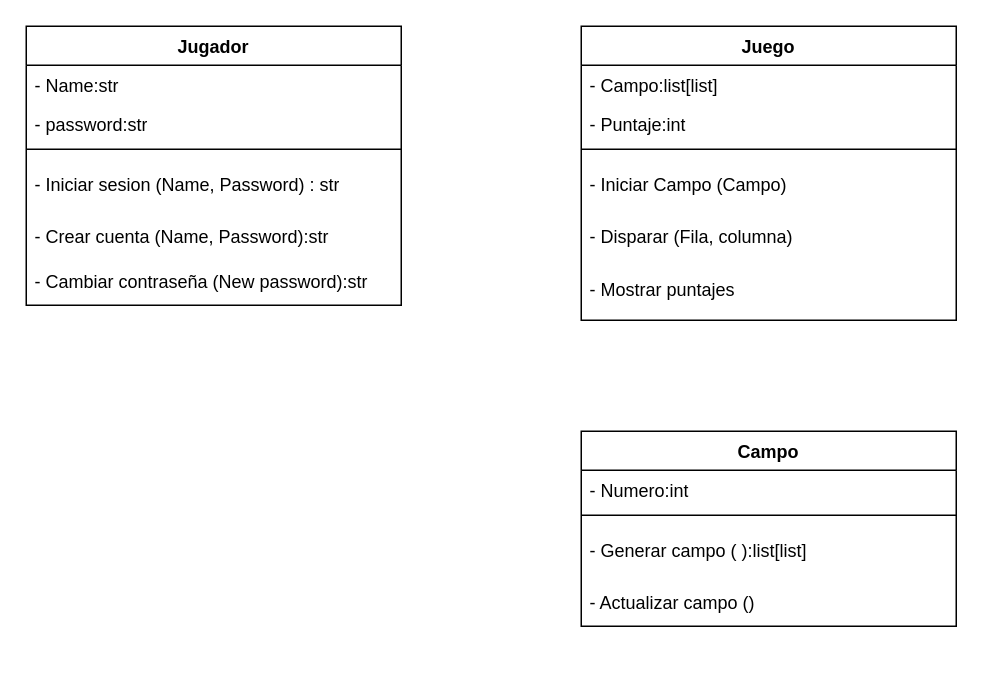
Above: docs/Diagrama de clases.drawio in Yhoider/Batalla-naval (draw.io), before the change. Source tidied: cells renumbered, new cells numbered last; positions are measured from the earlier drawing's top-left corner, leaving out a move shared by most shapes. Both pictures are drawn from the tidied source at 150%, with x=0, y=0 at pixel (26, 26).
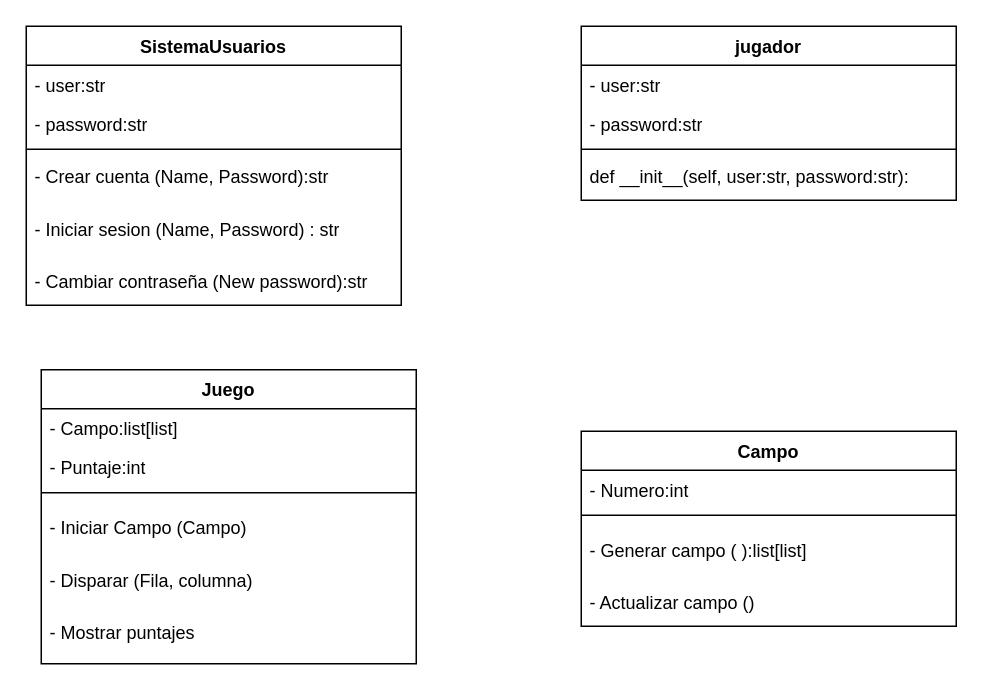
The same page after the edit.

The edit, as a diff of the source:
```diff
@@
-    <mxCell id="2" value="Jugador" style="swimlane;fontStyle=1;align=center;verticalAlign=top;horizontal=1;startSize=26;whiteSpace=wrap;html=1;" parent="1" vertex="1">
+    <mxCell id="2" value="SistemaUsuarios" style="swimlane;fontStyle=1;align=center;verticalAlign=top;horizontal=1;startSize=26;whiteSpace=wrap;html=1;" parent="1" vertex="1">
       <mxGeometry width="250" height="186" as="geometry" />
     </mxCell>
-    <mxCell id="3" value="- Name:str" style="text;strokeColor=none;fillColor=none;align=left;verticalAlign=top;spacingLeft=4;spacingRight=4;overflow=hidden;whiteSpace=wrap;html=1;" parent="2" vertex="1">
+    <mxCell id="3" value="- user:str" style="text;strokeColor=none;fillColor=none;align=left;verticalAlign=top;spacingLeft=4;spacingRight=4;overflow=hidden;whiteSpace=wrap;html=1;" parent="2" vertex="1">
       <mxGeometry y="26" width="250" height="26" as="geometry" />
     </mxCell>
@@
+    <mxCell id="7" value="- Crear cuenta (Name, Password):str" style="text;strokeColor=none;fillColor=none;align=left;verticalAlign=middle;spacingLeft=4;spacingRight=4;overflow=hidden;whiteSpace=wrap;html=1;" parent="2" vertex="1">
+      <mxGeometry y="86" width="250" height="30" as="geometry" />
+    </mxCell>
     <mxCell id="6" value="- Iniciar sesion (Name, Password) : str" style="text;strokeColor=none;fillColor=none;align=left;verticalAlign=middle;spacingLeft=4;spacingRight=4;overflow=hidden;whiteSpace=wrap;html=1;" parent="2" vertex="1">
-      <mxGeometry y="86" width="250" height="40" as="geometry" />
+      <mxGeometry y="116" width="250" height="40" as="geometry" />
     </mxCell>
-    <mxCell id="7" value="- Crear cuenta (Name, Password):str" style="text;strokeColor=none;fillColor=none;align=left;verticalAlign=middle;spacingLeft=4;spacingRight=4;overflow=hidden;whiteSpace=wrap;html=1;" parent="2" vertex="1">
-      <mxGeometry y="126" width="250" height="30" as="geometry" />
-    </mxCell>
@@
-    <mxCell id="14" value="Juego" style="swimlane;fontStyle=1;align=center;verticalAlign=top;horizontal=1;startSize=26;whiteSpace=wrap;html=1;" parent="1" vertex="1">
-      <mxGeometry x="370" width="250" height="196" as="geometry" />
+    <mxCell id="14" value="jugador" style="swimlane;fontStyle=1;align=center;verticalAlign=top;horizontal=1;startSize=26;whiteSpace=wrap;html=1;" parent="1" vertex="1">
+      <mxGeometry x="370" width="250" height="116" as="geometry" />
     </mxCell>
-    <mxCell id="15" value="- Campo:list[list]" style="text;strokeColor=none;fillColor=none;align=left;verticalAlign=top;spacingLeft=4;spacingRight=4;overflow=hidden;whiteSpace=wrap;html=1;" parent="14" vertex="1">
+    <mxCell id="15" value="- user:str" style="text;strokeColor=none;fillColor=none;align=left;verticalAlign=top;spacingLeft=4;spacingRight=4;overflow=hidden;whiteSpace=wrap;html=1;" parent="14" vertex="1">
       <mxGeometry y="26" width="250" height="26" as="geometry" />
     </mxCell>
-    <mxCell id="16" value="- Puntaje:int" style="text;strokeColor=none;fillColor=none;align=left;verticalAlign=top;spacingLeft=4;spacingRight=4;overflow=hidden;whiteSpace=wrap;html=1;" parent="14" vertex="1">
+    <mxCell id="16" value="- password:str" style="text;strokeColor=none;fillColor=none;align=left;verticalAlign=top;spacingLeft=4;spacingRight=4;overflow=hidden;whiteSpace=wrap;html=1;" parent="14" vertex="1">
       <mxGeometry y="52" width="250" height="26" as="geometry" />
     </mxCell>
@@
+    <mxCell id="19" value="def __init__(self, user:str, password:str):" style="text;strokeColor=none;fillColor=none;align=left;verticalAlign=middle;spacingLeft=4;spacingRight=4;overflow=hidden;whiteSpace=wrap;html=1;" parent="14" vertex="1">
+      <mxGeometry y="86" width="250" height="30" as="geometry" />
+    </mxCell>
+    <mxCell id="21" value="Juego" style="swimlane;fontStyle=1;align=center;verticalAlign=top;horizontal=1;startSize=26;whiteSpace=wrap;html=1;" parent="1" vertex="1">
+      <mxGeometry x="10" y="229" width="250" height="196" as="geometry" />
+    </mxCell>
+    <mxCell id="22" value="- Campo:list[list]" style="text;strokeColor=none;fillColor=none;align=left;verticalAlign=top;spacingLeft=4;spacingRight=4;overflow=hidden;whiteSpace=wrap;html=1;" parent="21" vertex="1">
+      <mxGeometry y="26" width="250" height="26" as="geometry" />
+    </mxCell>
+    <mxCell id="23" value="- Puntaje:int" style="text;strokeColor=none;fillColor=none;align=left;verticalAlign=top;spacingLeft=4;spacingRight=4;overflow=hidden;whiteSpace=wrap;html=1;" parent="21" vertex="1">
+      <mxGeometry y="52" width="250" height="26" as="geometry" />
+    </mxCell>
+    <mxCell id="24" style="line;strokeWidth=1;fillColor=none;align=left;verticalAlign=middle;spacingTop=-1;spacingLeft=3;spacingRight=3;labelPosition=right;strokeColor=inherit;" parent="21" vertex="1">
+      <mxGeometry y="78" width="250" height="8" as="geometry" />
+    </mxCell>
-    <mxCell id="18" value="- Iniciar Campo (Campo)" style="text;strokeColor=none;fillColor=none;align=left;verticalAlign=middle;spacingLeft=4;spacingRight=4;overflow=hidden;whiteSpace=wrap;html=1;" parent="14" vertex="1">
+    <mxCell id="18" value="- Iniciar Campo (Campo)" style="text;strokeColor=none;fillColor=none;align=left;verticalAlign=middle;spacingLeft=4;spacingRight=4;overflow=hidden;whiteSpace=wrap;html=1;" parent="21" vertex="1">
       <mxGeometry y="86" width="250" height="40" as="geometry" />
     </mxCell>
-    <mxCell id="19" value="- Disparar (Fila, columna)" style="text;strokeColor=none;fillColor=none;align=left;verticalAlign=middle;spacingLeft=4;spacingRight=4;overflow=hidden;whiteSpace=wrap;html=1;" parent="14" vertex="1">
-      <mxGeometry y="126" width="250" height="30" as="geometry" />
-    </mxCell>
+    <mxCell id="25" value="- Disparar (Fila, columna)" style="text;strokeColor=none;fillColor=none;align=left;verticalAlign=middle;spacingLeft=4;spacingRight=4;overflow=hidden;whiteSpace=wrap;html=1;" parent="21" vertex="1">
+      <mxGeometry y="126" width="250" height="30" as="geometry" />
+    </mxCell>
-    <mxCell id="20" value="- Mostrar puntajes" style="text;strokeColor=none;fillColor=none;align=left;verticalAlign=middle;spacingLeft=4;spacingRight=4;overflow=hidden;whiteSpace=wrap;html=1;" parent="14" vertex="1">
+    <mxCell id="20" value="- Mostrar puntajes" style="text;strokeColor=none;fillColor=none;align=left;verticalAlign=middle;spacingLeft=4;spacingRight=4;overflow=hidden;whiteSpace=wrap;html=1;" parent="21" vertex="1">
       <mxGeometry y="156" width="250" height="40" as="geometry" />
     </mxCell>
```
